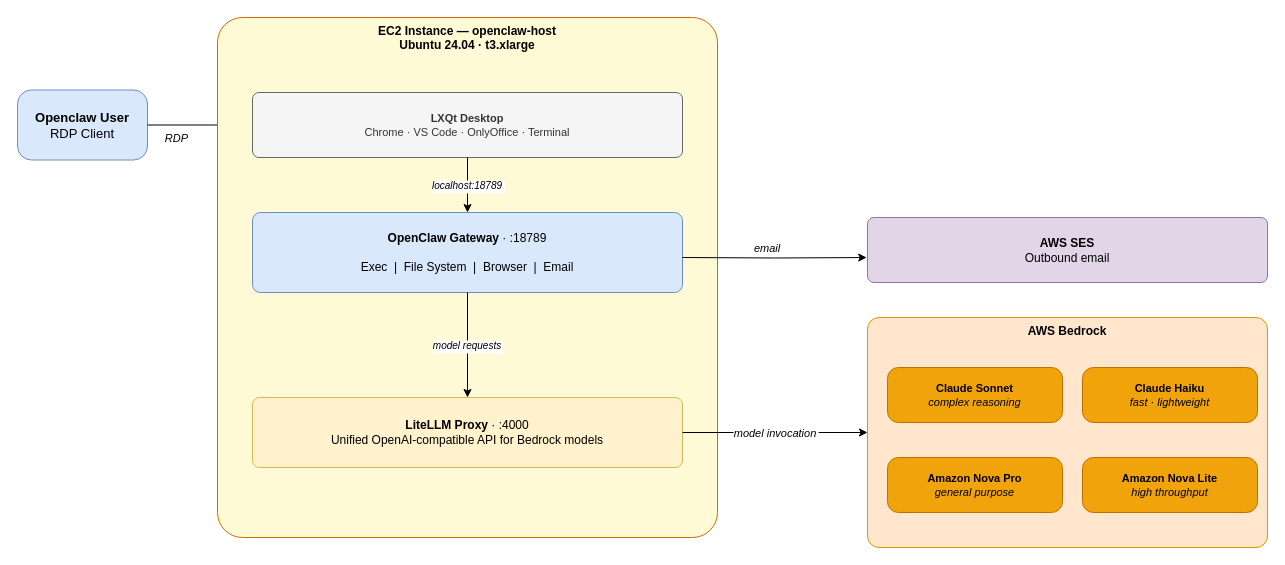
Before: aws-openclaw.drawio in mamonaco1973/aws-openclaw, a draw.io diagram. Source tidied: cells renumbered, new cells numbered last; positions are measured from the earlier drawing's top-left corner, leaving out a move shared by most shapes. Both pictures are drawn from the tidied source at 100%, with x=0, y=0 at pixel (17, 17).
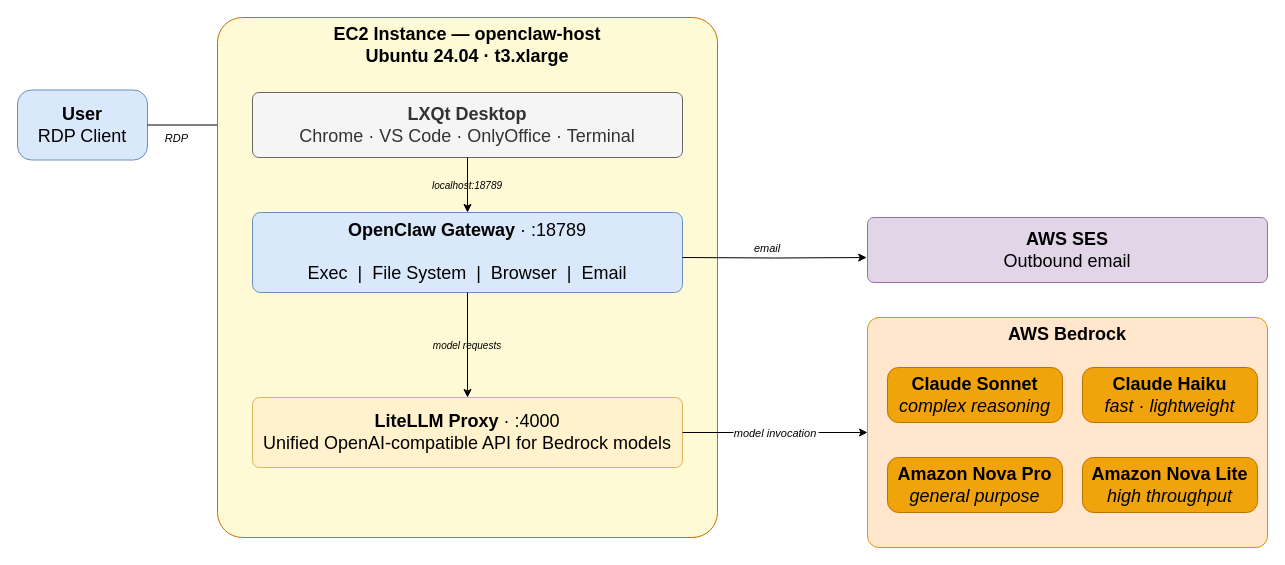
The same page after the edit.

What changed in the source:
```diff
@@
 <mxGraphModel>
   <root>
     <mxCell id="0" />
     <mxCell id="1" parent="0" />
-    <mxCell id="2" value="&lt;b&gt;Openclaw User&lt;/b&gt;&lt;br&gt;RDP Client" style="rounded=1;whiteSpace=wrap;html=1;fillColor=#dae8fc;strokeColor=#6c8ebf;fontSize=13;arcSize=20;" parent="1" vertex="1">
+    <mxCell id="2" value="&lt;font style=&quot;font-size: 18px;&quot;&gt;&lt;b&gt;User&lt;/b&gt;&lt;/font&gt;&lt;div&gt;&lt;font style=&quot;font-size: 18px;&quot;&gt;RDP Client&lt;/font&gt;&lt;/div&gt;" style="rounded=1;whiteSpace=wrap;html=1;fillColor=#dae8fc;strokeColor=#6c8ebf;fontSize=13;arcSize=20;" parent="1" vertex="1">
       <mxGeometry y="72.5" width="130" height="70" as="geometry" />
     </mxCell>
     <mxCell id="3" value="RDP " style="edgeStyle=orthogonalEdgeStyle;rounded=0;fontSize=11;fontStyle=2;exitX=1;exitY=0.5;exitDx=0;exitDy=0;entryX=0;entryY=0.5;entryDx=0;entryDy=0;" parent="1" edge="1" source="2" target="5">
       <mxGeometry x="-0.43" y="-12" relative="1" as="geometry">
         <mxPoint x="1" y="1" as="offset" />
       </mxGeometry>
     </mxCell>
-    <mxCell id="4" value="&lt;b&gt;EC2 Instance — openclaw-host&lt;/b&gt;&lt;br/&gt;Ubuntu 24.04 · t3.xlarge" style="rounded=1;whiteSpace=wrap;html=1;fillColor=#FEFAD6;strokeColor=#CD6C00;fontSize=12;fontStyle=1;verticalAlign=top;arcSize=5;" parent="1" vertex="1">
+    <mxCell id="4" value="&lt;font style=&quot;font-size: 18px;&quot;&gt;&lt;b&gt;EC2 Instance — openclaw-host&lt;/b&gt;&lt;br&gt;Ubuntu 24.04 · t3.xlarge&lt;/font&gt;" style="rounded=1;whiteSpace=wrap;html=1;fillColor=#FEFAD6;strokeColor=#CD6C00;fontSize=12;fontStyle=1;verticalAlign=top;arcSize=5;" parent="1" vertex="1">
       <mxGeometry x="200" width="500" height="520" as="geometry" />
     </mxCell>
-    <mxCell id="5" value="&lt;b&gt;LXQt Desktop&lt;/b&gt;&lt;br/&gt;Chrome · VS Code · OnlyOffice · Terminal" style="rounded=1;whiteSpace=wrap;html=1;fillColor=#f5f5f5;strokeColor=#666666;fontColor=#333333;fontSize=11;arcSize=10;" parent="1" vertex="1">
+    <mxCell id="5" value="&lt;font style=&quot;font-size: 18px;&quot;&gt;&lt;b&gt;LXQt Desktop&lt;/b&gt;&lt;br&gt;Chrome · VS Code · OnlyOffice · Terminal&lt;/font&gt;" style="rounded=1;whiteSpace=wrap;html=1;fillColor=#f5f5f5;strokeColor=#666666;fontColor=#333333;fontSize=11;arcSize=10;" parent="1" vertex="1">
       <mxGeometry x="235" y="75" width="430" height="65" as="geometry" />
     </mxCell>
-    <mxCell id="6" value="localhost:18789" style="edgeStyle=orthogonalEdgeStyle;rounded=0;fontSize=10;fontStyle=2;exitX=0.5;exitY=1;exitDx=0;exitDy=0;entryX=0.5;entryY=0;entryDx=0;entryDy=0;" parent="1" edge="1" source="5" target="7">
+    <mxCell id="6" value="localhost:18789" style="edgeStyle=orthogonalEdgeStyle;rounded=0;fontSize=10;fontStyle=2;exitX=0.5;exitY=1;exitDx=0;exitDy=0;entryX=0.5;entryY=0;entryDx=0;entryDy=0;labelBackgroundColor=none;" parent="1" edge="1" source="5" target="7">
       <mxGeometry relative="1" as="geometry" />
     </mxCell>
-    <mxCell id="7" value="&lt;b&gt;OpenClaw Gateway&lt;/b&gt; · :18789&lt;br/&gt;&lt;br/&gt;Exec &amp;nbsp;|&amp;nbsp; File System &amp;nbsp;|&amp;nbsp; Browser &amp;nbsp;|&amp;nbsp; Email" style="rounded=1;whiteSpace=wrap;html=1;fillColor=#dae8fc;strokeColor=#6c8ebf;fontSize=12;arcSize=10;" parent="1" vertex="1">
+    <mxCell id="7" value="&lt;font style=&quot;font-size: 18px;&quot;&gt;&lt;b&gt;OpenClaw Gateway&lt;/b&gt; · :18789&lt;br&gt;&lt;br&gt;Exec &amp;nbsp;|&amp;nbsp; File System &amp;nbsp;|&amp;nbsp; Browser &amp;nbsp;|&amp;nbsp; Email&lt;/font&gt;" style="rounded=1;whiteSpace=wrap;html=1;fillColor=#dae8fc;strokeColor=#6c8ebf;fontSize=12;arcSize=10;" parent="1" vertex="1">
       <mxGeometry x="235" y="195" width="430" height="80" as="geometry" />
     </mxCell>
-    <mxCell id="8" value="model requests" style="edgeStyle=orthogonalEdgeStyle;rounded=0;fontSize=10;fontStyle=2;exitX=0.5;exitY=1;exitDx=0;exitDy=0;entryX=0.5;entryY=0;entryDx=0;entryDy=0;" parent="1" edge="1" source="7" target="9">
+    <mxCell id="8" value="model requests" style="edgeStyle=orthogonalEdgeStyle;rounded=0;fontSize=10;fontStyle=2;exitX=0.5;exitY=1;exitDx=0;exitDy=0;entryX=0.5;entryY=0;entryDx=0;entryDy=0;labelBackgroundColor=none;" parent="1" edge="1" source="7" target="9">
       <mxGeometry relative="1" as="geometry" />
     </mxCell>
-    <mxCell id="9" value="&lt;b&gt;LiteLLM Proxy&lt;/b&gt; · :4000&lt;br/&gt;Unified OpenAI-compatible API for Bedrock models" style="rounded=1;whiteSpace=wrap;html=1;fillColor=#fff2cc;strokeColor=#d6b656;fontSize=12;arcSize=10;" parent="1" vertex="1">
+    <mxCell id="9" value="&lt;font style=&quot;font-size: 18px;&quot;&gt;&lt;b style=&quot;&quot;&gt;LiteLLM Proxy&lt;/b&gt; · :4000&lt;br&gt;Unified OpenAI-compatible API for Bedrock models&lt;/font&gt;" style="rounded=1;whiteSpace=wrap;html=1;fillColor=#fff2cc;strokeColor=#d6b656;fontSize=12;arcSize=10;" parent="1" vertex="1">
       <mxGeometry x="235" y="380" width="430" height="70" as="geometry" />
     </mxCell>
-    <mxCell id="10" value="&lt;b&gt;AWS Bedrock&lt;/b&gt;" style="rounded=1;whiteSpace=wrap;html=1;fillColor=#FFE6CC;strokeColor=#d79b00;fontSize=12;arcSize=5;verticalAlign=top;" parent="1" vertex="1">
+    <mxCell id="10" value="&lt;b&gt;&lt;font style=&quot;font-size: 18px;&quot;&gt;AWS Bedrock&lt;/font&gt;&lt;/b&gt;" style="rounded=1;whiteSpace=wrap;html=1;fillColor=#FFE6CC;strokeColor=#d79b00;fontSize=12;arcSize=5;verticalAlign=top;" parent="1" vertex="1">
       <mxGeometry x="850" y="300" width="400" height="230" as="geometry" />
     </mxCell>
-    <mxCell id="11" value="&lt;b&gt;Claude Sonnet&lt;/b&gt;&lt;br/&gt;&lt;i&gt;complex reasoning&lt;/i&gt;" style="rounded=1;whiteSpace=wrap;html=1;fillColor=#f0a30a;fontColor=#000000;strokeColor=#BD7000;fontSize=11;arcSize=20;" parent="1" vertex="1">
+    <mxCell id="11" value="&lt;font style=&quot;font-size: 18px;&quot;&gt;&lt;b&gt;Claude Sonnet&lt;/b&gt;&lt;br&gt;&lt;i&gt;complex reasoning&lt;/i&gt;&lt;/font&gt;" style="rounded=1;whiteSpace=wrap;html=1;fillColor=#f0a30a;fontColor=#000000;strokeColor=#BD7000;fontSize=11;arcSize=20;" parent="1" vertex="1">
       <mxGeometry x="870" y="350" width="175" height="55" as="geometry" />
     </mxCell>
-    <mxCell id="12" value="&lt;b&gt;Claude Haiku&lt;/b&gt;&lt;br/&gt;&lt;i&gt;fast · lightweight&lt;/i&gt;" style="rounded=1;whiteSpace=wrap;html=1;fillColor=#f0a30a;fontColor=#000000;strokeColor=#BD7000;fontSize=11;arcSize=20;" parent="1" vertex="1">
+    <mxCell id="12" value="&lt;font style=&quot;font-size: 18px;&quot;&gt;&lt;b&gt;Claude Haiku&lt;/b&gt;&lt;br&gt;&lt;i&gt;fast · lightweight&lt;/i&gt;&lt;/font&gt;" style="rounded=1;whiteSpace=wrap;html=1;fillColor=#f0a30a;fontColor=#000000;strokeColor=#BD7000;fontSize=11;arcSize=20;" parent="1" vertex="1">
       <mxGeometry x="1065" y="350" width="175" height="55" as="geometry" />
     </mxCell>
-    <mxCell id="13" value="&lt;b&gt;Amazon Nova Pro&lt;/b&gt;&lt;br/&gt;&lt;i&gt;general purpose&lt;/i&gt;" style="rounded=1;whiteSpace=wrap;html=1;fillColor=#f0a30a;fontColor=#000000;strokeColor=#BD7000;fontSize=11;arcSize=20;" parent="1" vertex="1">
+    <mxCell id="13" value="&lt;font style=&quot;font-size: 18px;&quot;&gt;&lt;b&gt;Amazon Nova Pro&lt;/b&gt;&lt;br&gt;&lt;i&gt;general purpose&lt;/i&gt;&lt;/font&gt;" style="rounded=1;whiteSpace=wrap;html=1;fillColor=#f0a30a;fontColor=#000000;strokeColor=#BD7000;fontSize=11;arcSize=20;" parent="1" vertex="1">
       <mxGeometry x="870" y="440" width="175" height="55" as="geometry" />
     </mxCell>
-    <mxCell id="14" value="&lt;b&gt;Amazon Nova Lite&lt;/b&gt;&lt;br/&gt;&lt;i&gt;high throughput&lt;/i&gt;" style="rounded=1;whiteSpace=wrap;html=1;fillColor=#f0a30a;fontColor=#000000;strokeColor=#BD7000;fontSize=11;arcSize=20;" parent="1" vertex="1">
+    <mxCell id="14" value="&lt;font style=&quot;font-size: 18px;&quot;&gt;&lt;b&gt;Amazon Nova Lite&lt;/b&gt;&lt;br&gt;&lt;i&gt;high throughput&lt;/i&gt;&lt;/font&gt;" style="rounded=1;whiteSpace=wrap;html=1;fillColor=#f0a30a;fontColor=#000000;strokeColor=#BD7000;fontSize=11;arcSize=20;" parent="1" vertex="1">
       <mxGeometry x="1065" y="440" width="175" height="55" as="geometry" />
     </mxCell>
-    <mxCell id="15" value="&lt;b&gt;AWS SES&lt;/b&gt;&lt;br/&gt;Outbound email" style="rounded=1;whiteSpace=wrap;html=1;fillColor=#e1d5e7;strokeColor=#9673a6;fontSize=12;arcSize=10;" parent="1" vertex="1">
+    <mxCell id="15" value="&lt;font style=&quot;font-size: 18px;&quot;&gt;&lt;b&gt;AWS SES&lt;/b&gt;&lt;br&gt;Outbound email&lt;/font&gt;" style="rounded=1;whiteSpace=wrap;html=1;fillColor=#e1d5e7;strokeColor=#9673a6;fontSize=12;arcSize=10;" parent="1" vertex="1">
       <mxGeometry x="850" y="200" width="400" height="65" as="geometry" />
     </mxCell>
     <mxCell id="16" value="model invocation" style="edgeStyle=orthogonalEdgeStyle;rounded=0;fontSize=11;fontStyle=2;exitX=1;exitY=0.5;exitDx=0;exitDy=0;entryX=0;entryY=0.5;entryDx=0;entryDy=0;" parent="1" edge="1" source="9" target="10">
       <mxGeometry relative="1" as="geometry" />
     </mxCell>
     <mxCell id="17" value="email" style="edgeStyle=orthogonalEdgeStyle;rounded=0;fontSize=11;fontStyle=2;exitX=1;exitY=0.5;exitDx=0;exitDy=0;entryX=-0.002;entryY=0.616;entryDx=0;entryDy=0;entryPerimeter=0;" parent="1" edge="1" target="15">
       <mxGeometry x="-0.08" y="10" relative="1" as="geometry">
         <mxPoint x="665" y="240" as="sourcePoint" />
       </mxGeometry>
     </mxCell>
   </root>
 </mxGraphModel>
```
